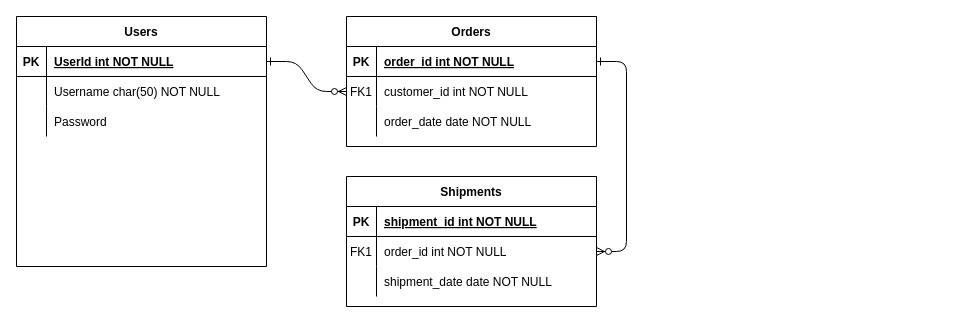
Above: LocalGuideApp.drawio in bhargav1997/Local-Guide-App-MVP (draw.io), before the change. Source tidied: cells renumbered, new cells numbered last; positions are measured from the earlier drawing's top-left corner, leaving out a move shared by most shapes. Both pictures are drawn from the tidied source at 100%, with x=0, y=0 at pixel (16, 16).
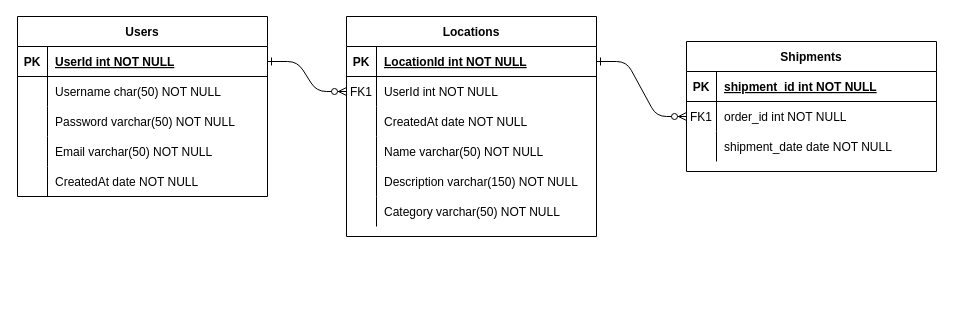
The same page after the edit.

Unchanged cells that the change refers to:
```xml
<mxCell id="5" style="shape=partialRectangle;fillColor=none;points=[[0,0.5],[1,0.5]];portConstraint=eastwest;top=0;left=0;right=0;bottom=1;" parent="4" vertex="1">
  <mxGeometry y="30" width="250" height="30" as="geometry" />
</mxCell>
<mxCell id="8" style="shape=partialRectangle;fillColor=none;points=[[0,0.5],[1,0.5]];portConstraint=eastwest;top=0;left=0;right=0;bottom=0;" parent="4" vertex="1">
  <mxGeometry y="60" width="250" height="30" as="geometry" />
</mxCell>
<mxCell id="11" style="shape=partialRectangle;fillColor=none;top=0;left=0;right=0;bottom=0;" parent="4" vertex="1">
  <mxGeometry y="90" width="250" height="30" as="geometry" />
</mxCell>
<mxCell id="31" style="shape=tableRow;horizontal=0;startSize=0;swimlaneHead=0;swimlaneBody=0;fillColor=none;top=0;left=0;right=0;bottom=0;" parent="24" vertex="1">
  <mxGeometry y="90" width="250" height="30" as="geometry" />
</mxCell>
```

Diff of the diagram source:
```diff
@@
-    <mxCell id="4" value="Orders" style="shape=table;startSize=30;childLayout=tableLayout;rowLines=0;fontStyle=1;align=center;" parent="1" vertex="1">
-      <mxGeometry x="330" width="250" height="130" as="geometry" />
+    <mxCell id="4" value="Locations" style="shape=table;startSize=30;childLayout=tableLayout;rowLines=0;fontStyle=1;align=center;" parent="1" vertex="1">
+      <mxGeometry x="330" width="250" height="220" as="geometry" />
     </mxCell>
@@
-    <mxCell id="7" value="order_id int NOT NULL " style="shape=partialRectangle;overflow=hidden;fillColor=none;top=0;left=0;bottom=0;right=0;align=left;spacingLeft=6;fontStyle=5;" parent="5" vertex="1">
+    <mxCell id="7" value="LocationId int NOT NULL " style="shape=partialRectangle;overflow=hidden;fillColor=none;top=0;left=0;bottom=0;right=0;align=left;spacingLeft=6;fontStyle=5;" parent="5" vertex="1">
       <mxGeometry x="30" width="220" height="30" as="geometry" />
     </mxCell>
@@
-    <mxCell id="10" value="customer_id int NOT NULL" style="shape=partialRectangle;overflow=hidden;fillColor=none;top=0;left=0;bottom=0;right=0;align=left;spacingLeft=6;" parent="8" vertex="1">
+    <mxCell id="10" value="UserId int NOT NULL" style="shape=partialRectangle;overflow=hidden;fillColor=none;top=0;left=0;bottom=0;right=0;align=left;spacingLeft=6;" parent="8" vertex="1">
       <mxGeometry x="30" width="220" height="30" as="geometry" />
     </mxCell>
@@
-    <mxCell id="13" value="order_date date NOT NULL" style="shape=partialRectangle;overflow=hidden;fillColor=none;top=0;left=0;bottom=0;right=0;align=left;spacingLeft=6;" parent="11" vertex="1">
+    <mxCell id="13" value="CreatedAt date NOT NULL" style="shape=partialRectangle;overflow=hidden;fillColor=none;top=0;left=0;bottom=0;right=0;align=left;spacingLeft=6;" parent="11" vertex="1">
       <mxGeometry x="30" width="220" height="30" as="geometry" />
     </mxCell>
+    <mxCell id="35" style="shape=tableRow;horizontal=0;startSize=0;swimlaneHead=0;swimlaneBody=0;fillColor=none;top=0;left=0;right=0;bottom=0;" parent="4" vertex="1">
+      <mxGeometry y="120" width="250" height="30" as="geometry" />
+    </mxCell>
+    <mxCell id="36" style="shape=partialRectangle;fillColor=none;top=0;left=0;bottom=0;right=0;overflow=hidden;" parent="35" vertex="1">
+      <mxGeometry width="30" height="30" as="geometry" />
+    </mxCell>
+    <mxCell id="37" value="Name varchar(50) NOT NULL" style="shape=partialRectangle;fillColor=none;top=0;left=0;bottom=0;right=0;align=left;spacingLeft=6;overflow=hidden;" parent="35" vertex="1">
+      <mxGeometry x="30" width="220" height="30" as="geometry" />
+    </mxCell>
+    <mxCell id="38" style="shape=tableRow;horizontal=0;startSize=0;swimlaneHead=0;swimlaneBody=0;fillColor=none;top=0;left=0;right=0;bottom=0;" parent="4" vertex="1">
+      <mxGeometry y="150" width="250" height="30" as="geometry" />
+    </mxCell>
+    <mxCell id="39" style="shape=partialRectangle;fillColor=none;top=0;left=0;bottom=0;right=0;overflow=hidden;" parent="38" vertex="1">
+      <mxGeometry width="30" height="30" as="geometry" />
+    </mxCell>
+    <mxCell id="40" value="Description varchar(150) NOT NULL" style="shape=partialRectangle;fillColor=none;top=0;left=0;bottom=0;right=0;align=left;spacingLeft=6;overflow=hidden;" parent="38" vertex="1">
+      <mxGeometry x="30" width="220" height="30" as="geometry" />
+    </mxCell>
+    <mxCell id="41" style="shape=tableRow;horizontal=0;startSize=0;swimlaneHead=0;swimlaneBody=0;fillColor=none;top=0;left=0;right=0;bottom=0;" parent="4" vertex="1">
+      <mxGeometry y="180" width="250" height="30" as="geometry" />
+    </mxCell>
+    <mxCell id="42" style="shape=partialRectangle;fillColor=none;top=0;left=0;bottom=0;right=0;overflow=hidden;" parent="41" vertex="1">
+      <mxGeometry width="30" height="30" as="geometry" />
+    </mxCell>
+    <mxCell id="43" value="Category varchar(50) NOT NULL" style="shape=partialRectangle;fillColor=none;top=0;left=0;bottom=0;right=0;align=left;spacingLeft=6;overflow=hidden;" parent="41" vertex="1">
+      <mxGeometry x="30" width="220" height="30" as="geometry" />
+    </mxCell>
     <mxCell id="14" value="Shipments" style="shape=table;startSize=30;childLayout=tableLayout;rowLines=0;fontStyle=1;align=center;" parent="1" vertex="1">
-      <mxGeometry x="330" y="160" width="250" height="130" as="geometry" />
+      <mxGeometry x="670" y="25" width="250" height="130" as="geometry" />
     </mxCell>
@@
     <mxCell id="24" value="Users" style="shape=table;startSize=30;childLayout=tableLayout;rowLines=0;fontStyle=1;align=center;" parent="1" vertex="1">
-      <mxGeometry width="250" height="250" as="geometry" />
+      <mxGeometry x="1" width="250" height="180" as="geometry" />
     </mxCell>
@@
-    <mxCell id="33" value="Password" style="shape=partialRectangle;fillColor=none;top=0;left=0;bottom=0;right=0;align=left;spacingLeft=6;overflow=hidden;" parent="31" vertex="1">
+    <mxCell id="33" value="Password varchar(50) NOT NULL" style="shape=partialRectangle;fillColor=none;top=0;left=0;bottom=0;right=0;align=left;spacingLeft=6;overflow=hidden;" parent="31" vertex="1">
       <mxGeometry x="30" width="220" height="30" as="geometry" />
     </mxCell>
+    <mxCell id="44" style="shape=tableRow;horizontal=0;startSize=0;swimlaneHead=0;swimlaneBody=0;fillColor=none;top=0;left=0;right=0;bottom=0;" parent="24" vertex="1">
+      <mxGeometry y="120" width="250" height="30" as="geometry" />
+    </mxCell>
+    <mxCell id="45" style="shape=partialRectangle;fillColor=none;top=0;left=0;bottom=0;right=0;overflow=hidden;" parent="44" vertex="1">
+      <mxGeometry width="30" height="30" as="geometry" />
+    </mxCell>
+    <mxCell id="46" value="Email varchar(50) NOT NULL" style="shape=partialRectangle;fillColor=none;top=0;left=0;bottom=0;right=0;align=left;spacingLeft=6;overflow=hidden;" parent="44" vertex="1">
+      <mxGeometry x="30" width="220" height="30" as="geometry" />
+    </mxCell>
+    <mxCell id="47" style="shape=tableRow;horizontal=0;startSize=0;swimlaneHead=0;swimlaneBody=0;fillColor=none;top=0;left=0;right=0;bottom=0;" parent="24" vertex="1">
+      <mxGeometry y="150" width="250" height="30" as="geometry" />
+    </mxCell>
+    <mxCell id="48" style="shape=partialRectangle;fillColor=none;top=0;left=0;bottom=0;right=0;overflow=hidden;" parent="47" vertex="1">
+      <mxGeometry width="30" height="30" as="geometry" />
+    </mxCell>
+    <mxCell id="49" value="CreatedAt date NOT NULL" style="shape=partialRectangle;fillColor=none;top=0;left=0;bottom=0;right=0;align=left;spacingLeft=6;overflow=hidden;" parent="47" vertex="1">
+      <mxGeometry x="30" width="220" height="30" as="geometry" />
+    </mxCell>
```
